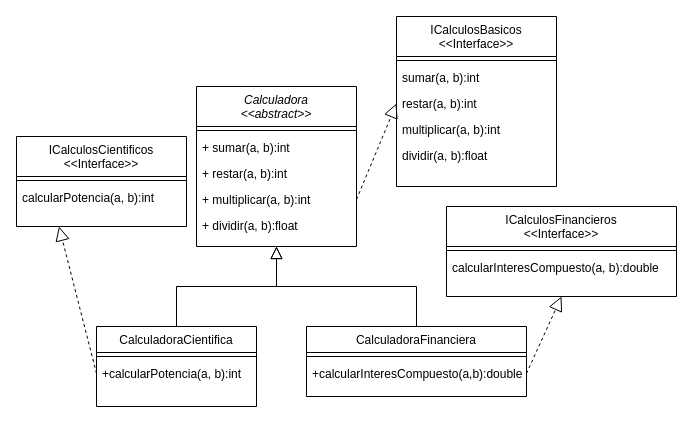
The draw.io diagram DesarrolloOrientadoObjetos/CalculadoraInterfaz.drawio in monick96/PracticeCsharp, before the edit. Source tidied: cells renumbered, new cells numbered last; positions are measured from the earlier drawing's top-left corner, leaving out a move shared by most shapes. Both pictures are drawn from the tidied source at 100%, with x=0, y=0 at pixel (16, 16).
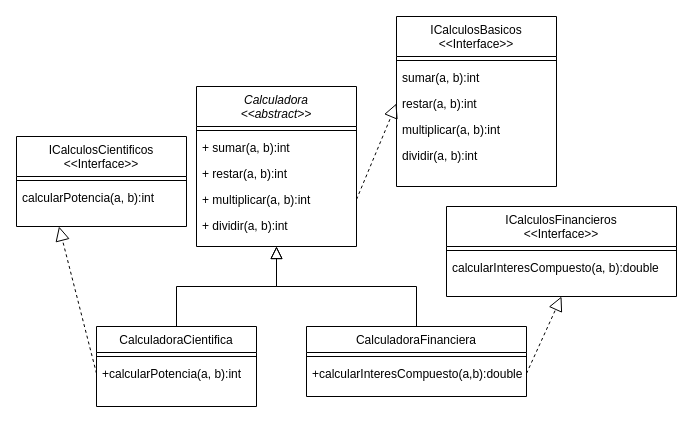
The same diagram, later.

Unchanged cells that the change refers to:
```xml
<mxCell id="2" value="Calculadora&#10;&lt;&lt;abstract&gt;&gt;" style="swimlane;fontStyle=2;align=center;verticalAlign=top;horizontal=1;startSize=40;rounded=0;shadow=0;strokeWidth=1;" parent="1" vertex="1">
  <mxGeometry x="180" y="70" width="160" height="160" as="geometry" />
</mxCell>
<mxCell id="16" value="ICalculosBasicos&#10;&lt;&lt;Interface&gt;&gt;" style="swimlane;fontStyle=0;align=center;verticalAlign=top;horizontal=1;startSize=40;rounded=0;shadow=0;strokeWidth=1;" parent="1" vertex="1">
  <mxGeometry x="380" width="160" height="170" as="geometry" />
</mxCell>
```

Diff of the diagram source:
```diff
@@
-    <mxCell id="7" value="+ dividir(a, b):float" style="text;align=left;verticalAlign=top;spacingLeft=4;spacingRight=4;overflow=hidden;" parent="2" vertex="1">
+    <mxCell id="7" value="+ dividir(a, b):int" style="text;align=left;verticalAlign=top;spacingLeft=4;spacingRight=4;overflow=hidden;" parent="2" vertex="1">
       <mxGeometry y="126" width="160" height="26" as="geometry" />
     </mxCell>
@@
-    <mxCell id="21" value="dividir(a, b):float" style="text;align=left;verticalAlign=top;spacingLeft=4;spacingRight=4;overflow=hidden;" parent="16" vertex="1">
+    <mxCell id="21" value="dividir(a, b):int" style="text;align=left;verticalAlign=top;spacingLeft=4;spacingRight=4;overflow=hidden;" parent="16" vertex="1">
       <mxGeometry y="126" width="160" height="26" as="geometry" />
     </mxCell>
```
